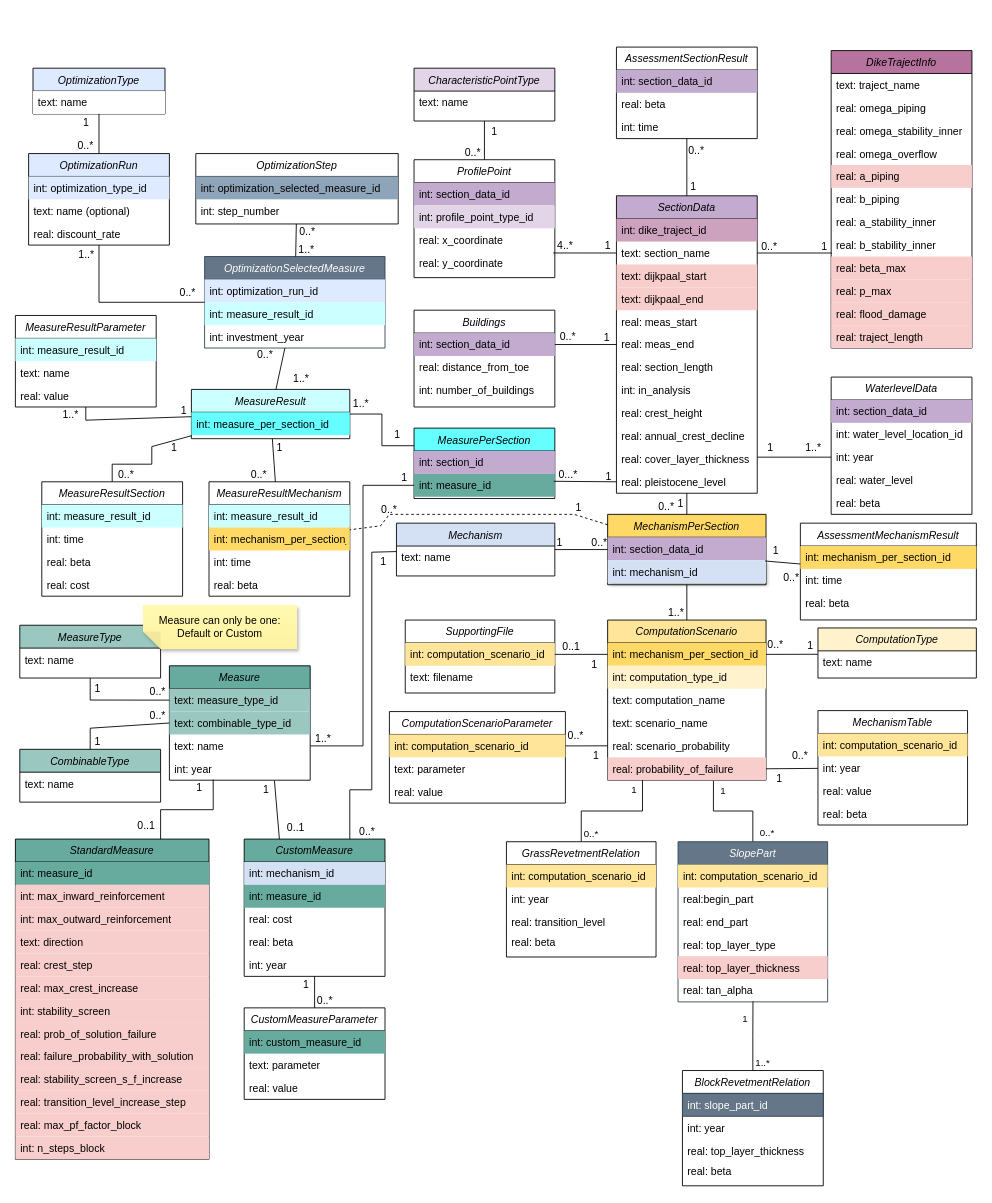
Earlier version of the draw.io diagram docs/db_diagram/vrtool_sql_input.drawio (Deltares/Veiligheidsrendement). Source tidied: cells renumbered, new cells numbered last; positions are measured from the earlier drawing's top-left corner, leaving out a move shared by most shapes. Both pictures are drawn from the tidied source at 88%, with x=0, y=0 at pixel (15, 47).
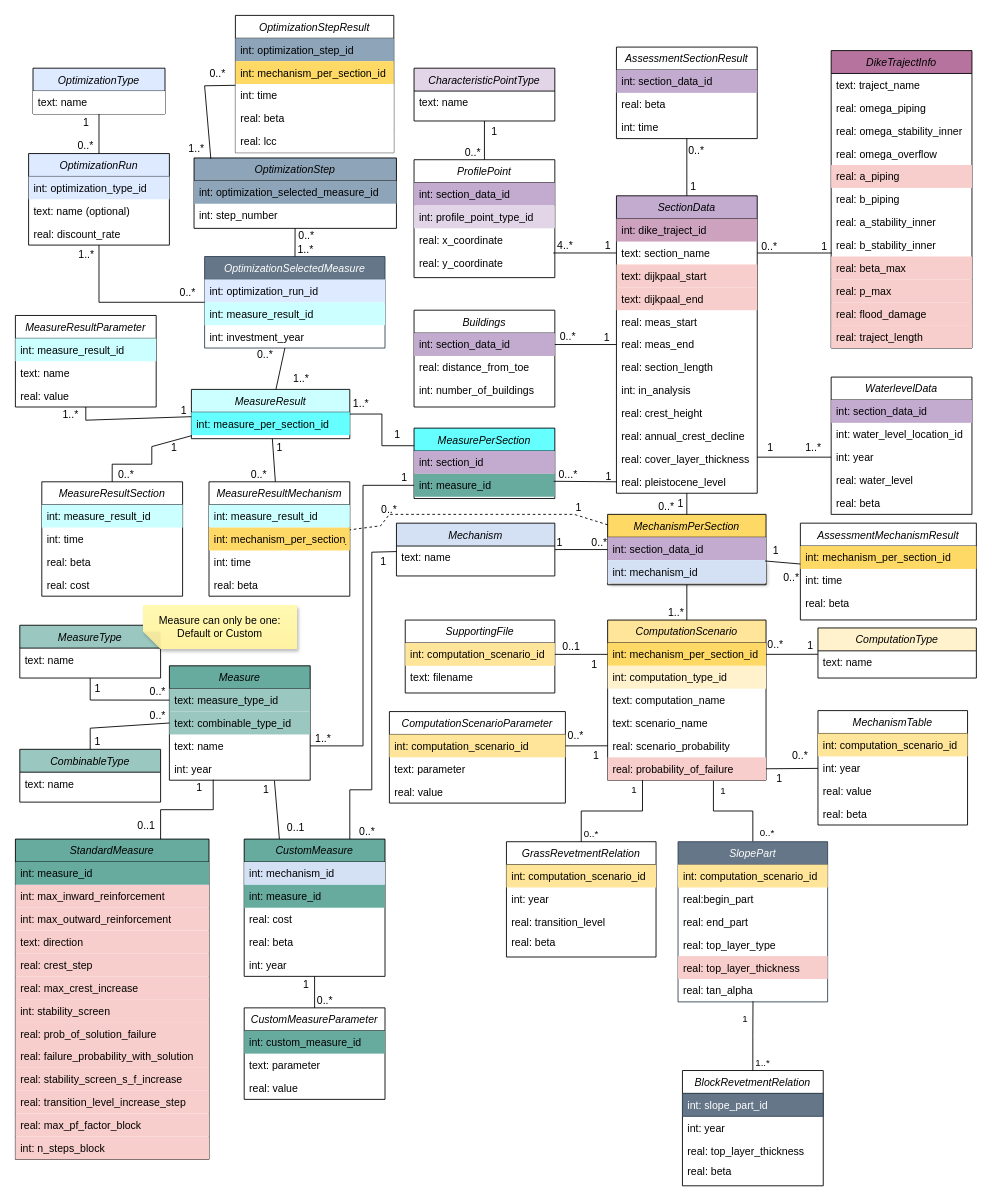
After the change.

Commit message (it also covers changes not shown here):
docs: Updated database diagram

What changed in the source:
```diff
@@
-    <mxCell id="239" value="OptimizationStep" style="swimlane;fontStyle=2;align=center;verticalAlign=top;horizontal=1;startSize=26;rounded=0;shadow=0;strokeWidth=1;fillColor=#FFFFFF;" parent="1" vertex="1">
-      <mxGeometry x="205" y="121" width="230" height="80" as="geometry" />
+    <mxCell id="239" value="OptimizationStep" style="swimlane;fontStyle=2;align=center;verticalAlign=top;horizontal=1;startSize=26;rounded=0;shadow=0;strokeWidth=1;fillColor=#8da4b9;" parent="1" vertex="1">
+      <mxGeometry x="203" y="126" width="230" height="80" as="geometry" />
     </mxCell>
@@
+    <mxCell id="264" value="OptimizationStepResult" style="swimlane;fontStyle=2;align=center;verticalAlign=top;horizontal=1;startSize=26;rounded=0;shadow=0;strokeWidth=1;fillColor=#FFFFFF;" parent="1" vertex="1">
+      <mxGeometry x="250" y="-36" width="180" height="156" as="geometry" />
+    </mxCell>
+    <mxCell id="265" value="int: optimization_step_id" style="text;align=left;verticalAlign=top;spacingLeft=4;spacingRight=4;overflow=hidden;rounded=0;shadow=0;html=0;fillColor=#8da4b9;" parent="264" vertex="1">
+      <mxGeometry y="26" width="180" height="26" as="geometry" />
+    </mxCell>
+    <mxCell id="266" value="int: mechanism_per_section_id" style="text;align=left;verticalAlign=top;spacingLeft=4;spacingRight=4;overflow=hidden;rounded=0;shadow=0;html=0;fillColor=#FFD966;" parent="264" vertex="1">
+      <mxGeometry y="52" width="180" height="26" as="geometry" />
+    </mxCell>
+    <mxCell id="267" value="int: time" style="text;align=left;verticalAlign=top;spacingLeft=4;spacingRight=4;overflow=hidden;rounded=0;shadow=0;html=0;fillColor=#FFFFFF;" parent="264" vertex="1">
+      <mxGeometry y="78" width="180" height="26" as="geometry" />
+    </mxCell>
+    <mxCell id="268" value="real: beta" style="text;align=left;verticalAlign=top;spacingLeft=4;spacingRight=4;overflow=hidden;rounded=0;shadow=0;html=0;fillColor=#FFFFFF;" parent="264" vertex="1">
+      <mxGeometry y="104" width="180" height="26" as="geometry" />
+    </mxCell>
+    <mxCell id="269" value="real: lcc" style="text;align=left;verticalAlign=top;spacingLeft=4;spacingRight=4;overflow=hidden;rounded=0;shadow=0;html=0;fillColor=#FFFFFF;" parent="264" vertex="1">
+      <mxGeometry y="130" width="180" height="26" as="geometry" />
+    </mxCell>
+    <mxCell id="270" style="endArrow=none;html=1;rounded=0;exitX=0.083;exitY=0.012;exitDx=0;exitDy=0;exitPerimeter=0;" parent="1" edge="1" source="239" target="264">
+      <mxGeometry relative="1" as="geometry">
+        <Array as="points">
+          <mxPoint x="215" y="44" />
+        </Array>
+      </mxGeometry>
+    </mxCell>
+    <mxCell id="271" value="1..*" style="html=1;whiteSpace=wrap;align=left;verticalAlign=bottom;" parent="270" vertex="1">
+      <mxGeometry x="-1" relative="1" as="geometry">
+        <mxPoint x="-27" y="-3" as="offset" />
+      </mxGeometry>
+    </mxCell>
+    <mxCell id="272" value="0..*" style="html=1;whiteSpace=wrap;align=right;verticalAlign=bottom;" parent="270" vertex="1">
+      <mxGeometry x="1" relative="1" as="geometry">
+        <mxPoint x="-10" y="-5" as="offset" />
+      </mxGeometry>
+    </mxCell>
```
